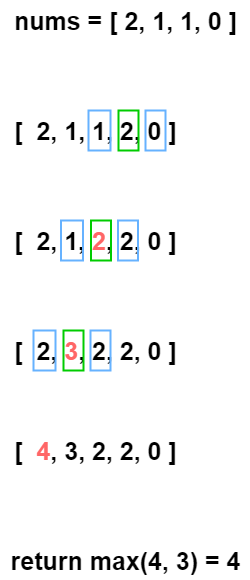
This is Python3/img/HouseRobber.png from ashiven/leetcode-solutions, a draw.io export, as it was before one commit. Source tidied: cells renumbered, new cells last; positions are measured from the earlier drawing's top-left corner, leaving out a move shared by most shapes.
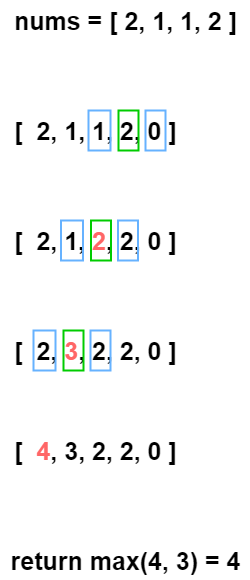
Above is the later version.

Diff of the diagram source:
```diff
@@ -44,7 +44,7 @@
     <mxCell id="15" value="return max(4, 3) = 4" style="text;html=1;align=center;verticalAlign=middle;strokeColor=none;fillColor=none;fontSize=25;fontStyle=1;" parent="1" vertex="1">
       <mxGeometry y="540" width="250" height="40" as="geometry" />
     </mxCell>
-    <mxCell id="16" value="nums = [ 2, 1, 1, 0 ]" style="text;html=1;align=center;verticalAlign=middle;strokeColor=none;fillColor=none;fontSize=25;fontStyle=1;" parent="1" vertex="1">
+    <mxCell id="16" value="nums = [ 2, 1, 1, 2 ]" style="text;html=1;align=center;verticalAlign=middle;strokeColor=none;fillColor=none;fontSize=25;fontStyle=1;" parent="1" vertex="1">
       <mxGeometry width="250" height="40" as="geometry" />
     </mxCell>
   </root>
```
